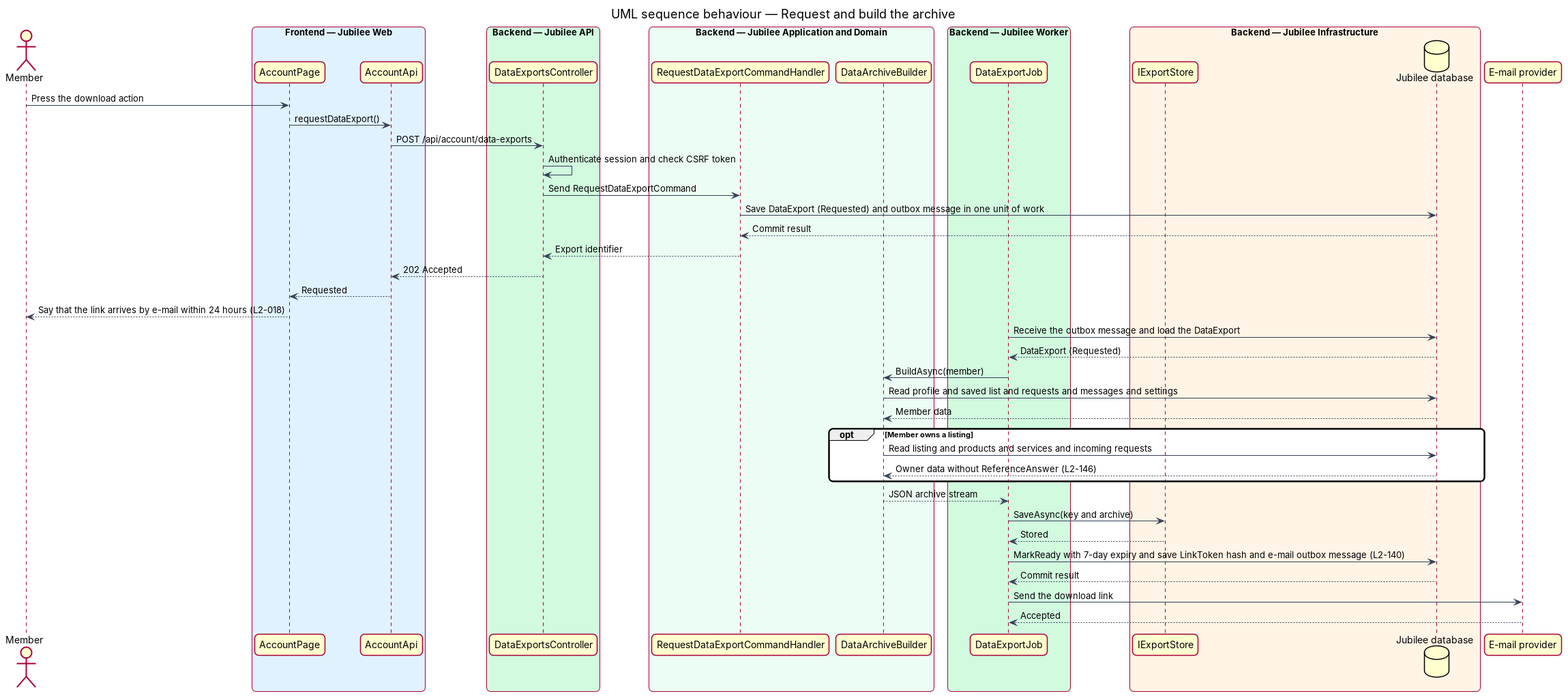
Above: docs/detailed-designs/accounts/download-data/diagrams/sequence-request-archive.png in QuinntyneBrown/jubilee (PlantUML), before the change. Its source is kept beside it as docs/detailed-designs/accounts/download-data/diagrams/sequence-request-archive.puml. The source it was exported from:
```plantuml
@startuml
title UML sequence behaviour — Request and build the archive
skinparam backgroundColor #FFFFFF
skinparam shadowing false
skinparam roundcorner 12
skinparam defaultFontName Arial
skinparam ArrowColor #344054
skinparam rectangle {
  BorderColor #344054
  FontColor #101828
}
skinparam package {
  BorderColor #667085
  FontColor #101828
  BackgroundColor #F9FAFB
}


actor "Member" as actor
box "Frontend — Jubilee Web" #E0F2FE
  participant "AccountPage" as page
  participant "AccountApi" as client
end box
box "Backend — Jubilee API" #D1FADF
  participant "DataExportsController" as controller
end box
box "Backend — Jubilee Application and Domain" #ECFDF3
  participant "RequestDataExportCommandHandler" as handler
  participant "DataArchiveBuilder" as builder
end box
box "Backend — Jubilee Worker" #D1FADF
  participant "DataExportJob" as job
end box
box "Backend — Jubilee Infrastructure" #FFF4E5
  participant "IExportStore" as store
  database "Jubilee database" as db
end box
participant "E-mail provider" as email
actor -> page : Press the download action
page -> client : requestDataExport()
client -> controller : POST /api/account/data-exports
controller -> controller : Authenticate session and check CSRF token
controller -> handler : Send RequestDataExportCommand
handler -> db : Save DataExport (Requested) and outbox message in one unit of work
db --> handler : Commit result
handler --> controller : Export identifier
controller --> client : 202 Accepted
client --> page : Requested
page --> actor : Say that the link arrives by e-mail within 24 hours (L2-018)
job -> db : Receive the outbox message and load the DataExport
db --> job : DataExport (Requested)
job -> builder : BuildAsync(member)
builder -> db : Read profile and saved list and requests and messages and settings
db --> builder : Member data
opt Member owns a listing
  builder -> db : Read listing and products and services and incoming requests
  db --> builder : Owner data without ReferenceAnswer (L2-146)
end
builder --> job : JSON archive stream
job -> store : SaveAsync(key and archive)
store --> job : Stored
job -> db : MarkReady with 7-day expiry and save LinkToken hash and e-mail outbox message (L2-140)
db --> job : Commit result
job -> email : Send the download link
email --> job : Accepted
@enduml
```
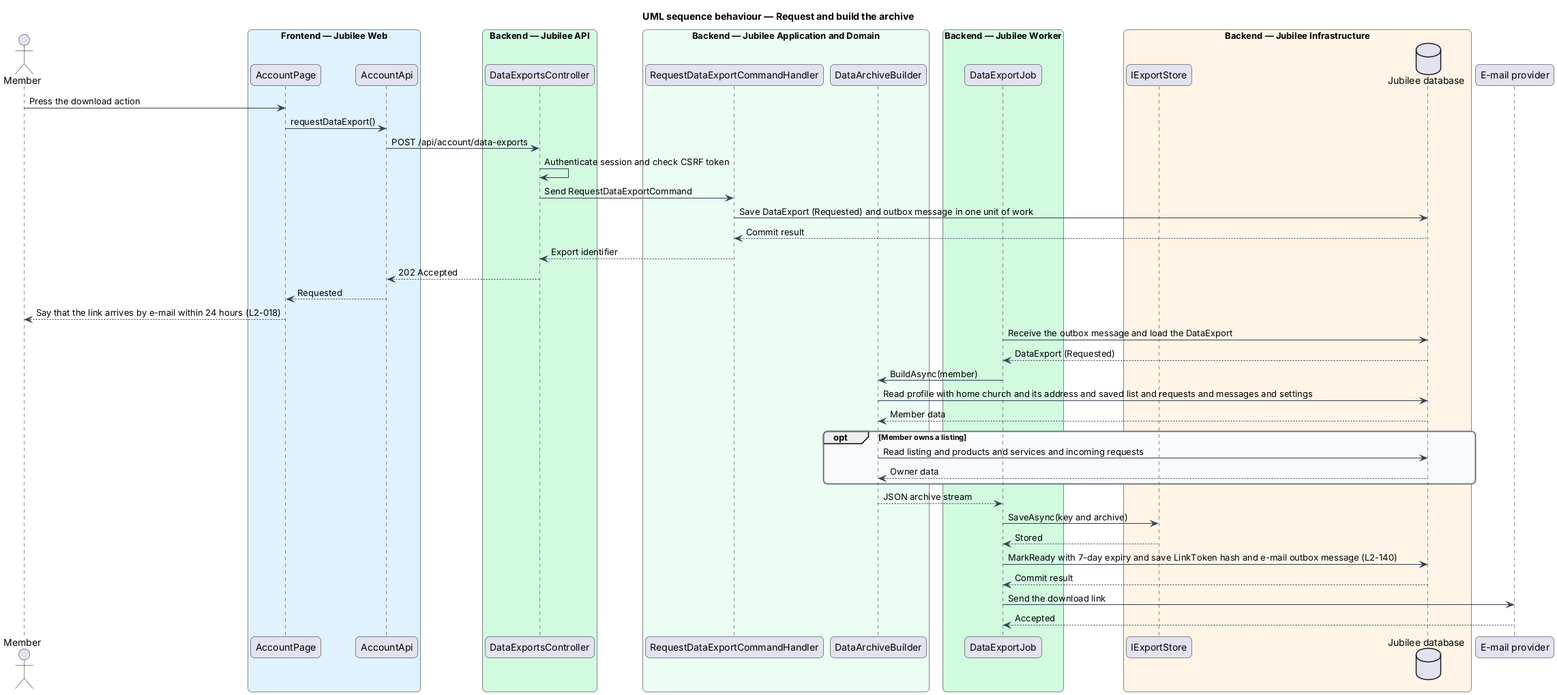
After the commit.

Diff of the diagram source:
```diff
@@ -50,11 +50,11 @@
 job -> db : Receive the outbox message and load the DataExport
 db --> job : DataExport (Requested)
 job -> builder : BuildAsync(member)
-builder -> db : Read profile and saved list and requests and messages and settings
+builder -> db : Read profile with home church and its address and saved list and requests and messages and settings
 db --> builder : Member data
 opt Member owns a listing
   builder -> db : Read listing and products and services and incoming requests
-  db --> builder : Owner data without ReferenceAnswer (L2-146)
+  db --> builder : Owner data
 end
 builder --> job : JSON archive stream
 job -> store : SaveAsync(key and archive)
```
